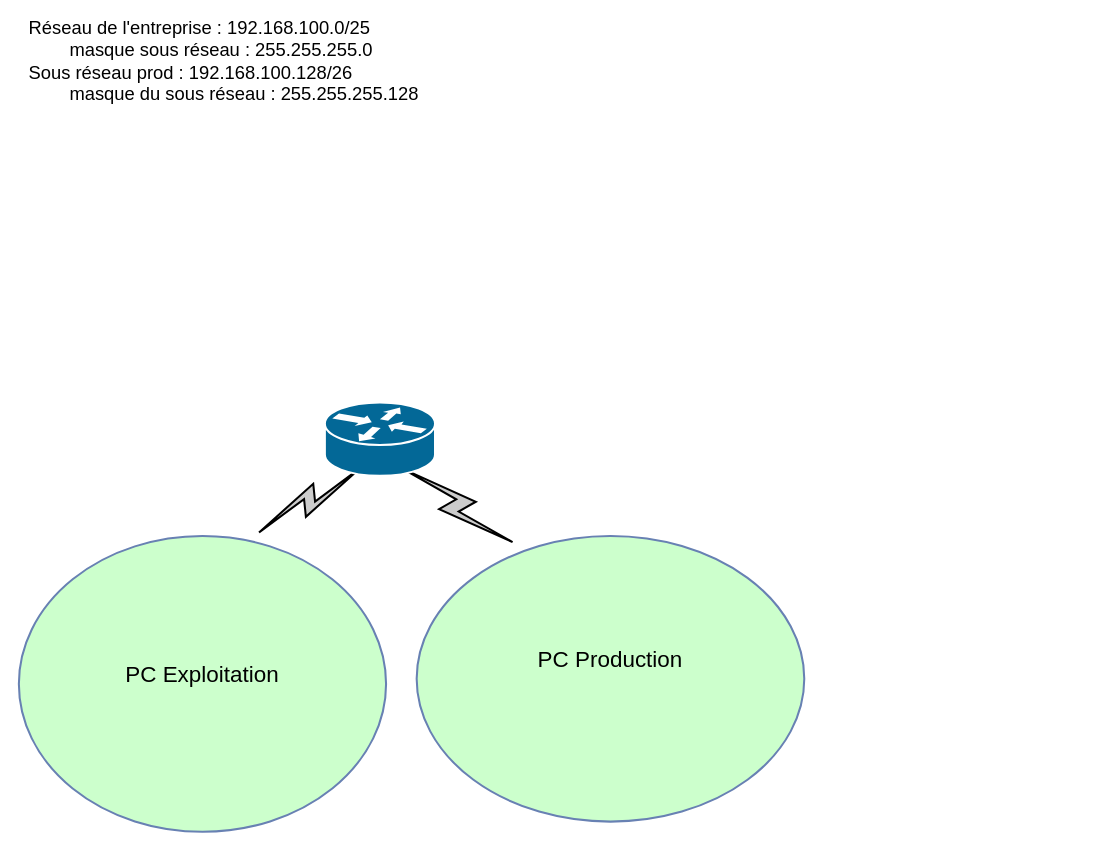
Emusimbwa/Etsha-Musimbwa keeps this draw.io diagram as schema_KiVanToo.drawio. Above is the earlier version. Source tidied: cells renumbered, new cells numbered last; positions are measured from the earlier drawing's top-left corner, leaving out a move shared by most shapes. Both pictures are drawn from the tidied source at 102%, with x=0, y=0 at pixel (18, 26).
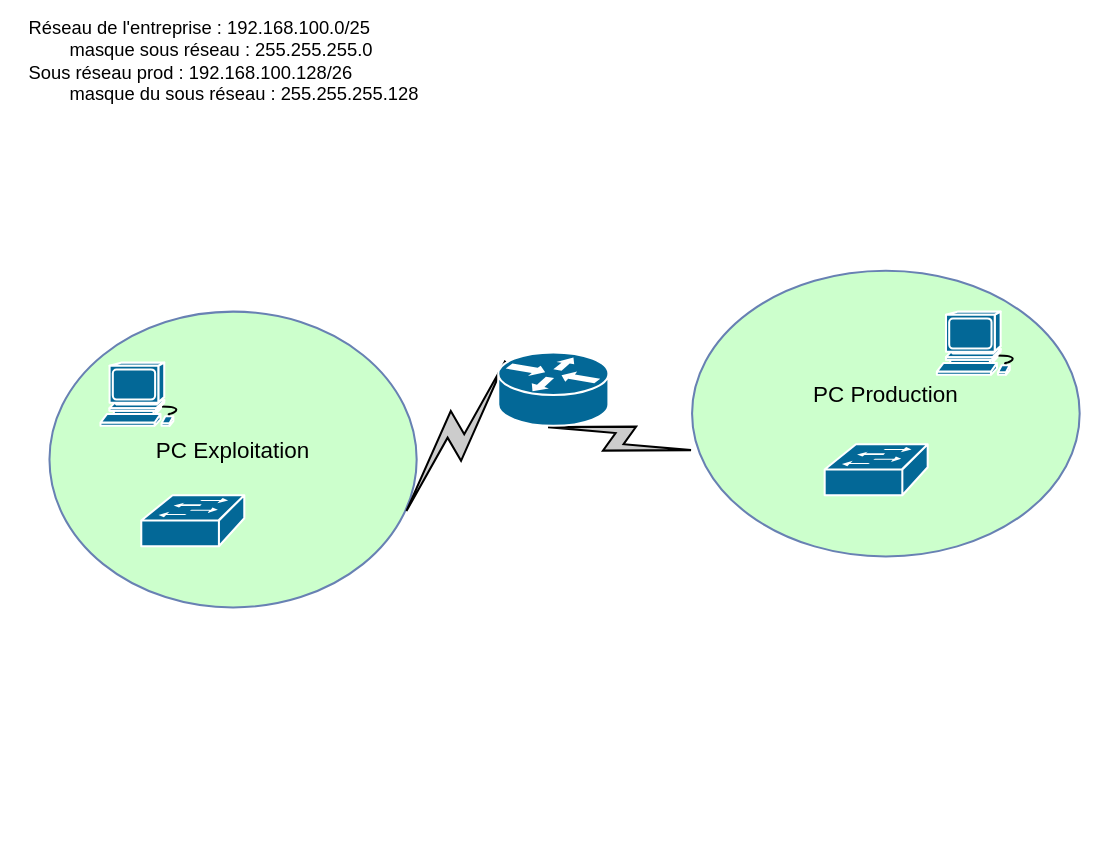
After the change.

Commit message:
Mettre à jour schema_KiVanToo.drawio

Change to the diagram source:
```diff
@@
 <mxGraphModel>
   <root>
     <mxCell id="0" />
     <mxCell id="1" parent="0" />
     <mxCell id="2" value="PC Production" style="ellipse;whiteSpace=wrap;html=1;rounded=1;shadow=0;comic=0;labelBackgroundColor=none;strokeColor=#6881B3;strokeWidth=2;fillColor=#CCFFCC;fontFamily=Helvetica;fontSize=22;fontColor=#000000;verticalAlign=middle;gradientColor=none;gradientDirection=north;spacingBottom=36;" parent="1" vertex="1">
-      <mxGeometry x="390" y="500" width="380" height="280" as="geometry" />
+      <mxGeometry x="660" y="240" width="380" height="280" as="geometry" />
     </mxCell>
     <mxCell id="3" value="PC Exploitation" style="ellipse;whiteSpace=wrap;html=1;rounded=1;shadow=0;comic=0;labelBackgroundColor=none;strokeColor=#6881B3;strokeWidth=2;fillColor=#CCFFCC;fontFamily=Helvetica;fontSize=22;fontColor=#000000;verticalAlign=middle;gradientColor=none;gradientDirection=north;spacingBottom=17;" parent="1" vertex="1">
-      <mxGeometry y="500" width="360" height="290" as="geometry" />
+      <mxGeometry x="30" y="280" width="360" height="290" as="geometry" />
     </mxCell>
-    <mxCell id="4" style="html=1;fillColor=#CCCCCC;strokeColor=#000000;gradientColor=none;gradientDirection=north;strokeWidth=2;shape=mxgraph.networks.comm_link_edge;html=1;labelBackgroundColor=none;endArrow=none;fontFamily=Verdana;fontSize=22;fontColor=#000000;" parent="1" edge="1">
+    <mxCell id="4" style="html=1;fillColor=#CCCCCC;strokeColor=#000000;gradientColor=none;gradientDirection=north;strokeWidth=2;shape=mxgraph.networks.comm_link_edge;html=1;labelBackgroundColor=none;endArrow=none;fontFamily=Verdana;fontSize=22;fontColor=#000000;" parent="1" edge="1" source="3" target="6">
       <mxGeometry relative="1" as="geometry">
-        <mxPoint x="230" y="500" as="sourcePoint" />
-        <mxPoint x="340" y="430" as="targetPoint" />
         <Array as="points">
           <mxPoint x="280" y="450" />
           <mxPoint x="242" y="112" />
         </Array>
       </mxGeometry>
     </mxCell>
-    <mxCell id="5" style="html=1;fillColor=#CCCCCC;strokeColor=#000000;gradientColor=none;gradientDirection=north;strokeWidth=2;shape=mxgraph.networks.comm_link_edge;html=1;labelBackgroundColor=none;endArrow=none;fontFamily=Verdana;fontSize=22;fontColor=#000000;" parent="1" edge="1">
+    <mxCell id="5" style="html=1;fillColor=#CCCCCC;strokeColor=#000000;gradientColor=none;gradientDirection=north;strokeWidth=2;shape=mxgraph.networks.comm_link_edge;html=1;labelBackgroundColor=none;endArrow=none;fontFamily=Verdana;fontSize=22;fontColor=#000000;" parent="1" edge="1" source="6" target="2">
       <mxGeometry relative="1" as="geometry">
-        <mxPoint x="370" y="430" as="sourcePoint" />
-        <mxPoint x="490" y="510" as="targetPoint" />
         <Array as="points">
           <mxPoint x="489" y="453.2" />
         </Array>
       </mxGeometry>
     </mxCell>
     <mxCell id="6" style="shape=mxgraph.cisco.routers.router;sketch=0;html=1;dashed=0;fillColor=#036897;strokeColor=#ffffff;strokeWidth=2;verticalLabelPosition=bottom;verticalAlign=top;align=center;outlineConnect=0;" parent="1" vertex="1">
-      <mxGeometry x="300" y="369" width="108" height="72" as="geometry" />
+      <mxGeometry x="470" y="320" width="108" height="72" as="geometry" />
     </mxCell>
-    <mxCell id="7" value="&lt;div align=&quot;left&quot;&gt;&lt;font style=&quot;font-size: 18px;&quot;&gt;Réseau de l'entreprise : 192.168.100.0/25&lt;/font&gt;&lt;/div&gt;&lt;div align=&quot;left&quot;&gt;&lt;font style=&quot;font-size: 18px;&quot;&gt;&lt;span style=&quot;white-space: pre;&quot;&gt;&#9;&lt;/span&gt;masque sous réseau : 255.255.255.0&lt;br&gt;&lt;/font&gt;&lt;/div&gt;&lt;div align=&quot;left&quot;&gt;&lt;font style=&quot;font-size: 18px;&quot;&gt;Sous réseau prod : 192.168.100.128/26&lt;/font&gt;&lt;/div&gt;&lt;div align=&quot;left&quot;&gt;&lt;font style=&quot;font-size: 18px;&quot;&gt;&lt;span style=&quot;white-space: pre;&quot;&gt;&#9;&lt;/span&gt;masque du sous réseau : 255.255.255.128&lt;br&gt;&lt;/font&gt;&lt;/div&gt;" style="text;strokeColor=none;align=left;fillColor=none;html=1;verticalAlign=middle;whiteSpace=wrap;rounded=0;" parent="1" vertex="1">
+    <mxCell id="7" value="&lt;div align=&quot;left&quot;&gt;&lt;font style=&quot;font-size: 18px;&quot;&gt;Réseau de l'entreprise : 192.168.100.0/25&lt;/font&gt;&lt;/div&gt;&lt;div align=&quot;left&quot;&gt;&lt;font style=&quot;font-size: 18px;&quot;&gt;&lt;span style=&quot;white-space: pre;&quot;&gt;&#9;&lt;/span&gt;masque sous réseau : 255.255.255.0&lt;br&gt;&lt;/font&gt;&lt;/div&gt;&lt;div align=&quot;left&quot;&gt;&lt;font style=&quot;font-size: 18px;&quot;&gt;Sous réseau prod : 192.168.100.128/26&lt;/font&gt;&lt;/div&gt;&lt;div align=&quot;left&quot;&gt;&lt;font style=&quot;font-size: 18px;&quot;&gt;&lt;span style=&quot;white-space: pre;&quot;&gt;&#9;&lt;/span&gt;masque du sous réseau : 255.255.255.128&lt;br&gt;&lt;/font&gt;&lt;/div&gt;" style="text;align=left;html=1;verticalAlign=middle;whiteSpace=wrap;rounded=0;fontColor=#000000;" parent="1" vertex="1">
       <mxGeometry x="8" width="660" height="70" as="geometry" />
     </mxCell>
+    <mxCell id="8" style="shape=mxgraph.cisco.switches.workgroup_switch;sketch=0;html=1;dashed=0;fillColor=#036897;strokeColor=#ffffff;strokeWidth=2;verticalLabelPosition=bottom;verticalAlign=top;align=center;" parent="1" vertex="1">
+      <mxGeometry x="120" y="460" width="101" height="50" as="geometry" />
+    </mxCell>
+    <mxCell id="9" style="shape=mxgraph.cisco.computers_and_peripherals.workstation;sketch=0;html=1;dashed=0;fillColor=#036897;strokeColor=#ffffff;strokeWidth=2;verticalLabelPosition=bottom;verticalAlign=top;align=center;" parent="1" vertex="1">
+      <mxGeometry x="80" y="330" width="83" height="62" as="geometry" />
+    </mxCell>
+    <mxCell id="10" style="shape=mxgraph.cisco.switches.workgroup_switch;sketch=0;html=1;dashed=0;fillColor=#036897;strokeColor=#ffffff;strokeWidth=2;verticalLabelPosition=bottom;verticalAlign=top;align=center;" parent="1" vertex="1">
+      <mxGeometry x="790" y="410" width="101" height="50" as="geometry" />
+    </mxCell>
+    <mxCell id="11" style="shape=mxgraph.cisco.computers_and_peripherals.workstation;sketch=0;html=1;dashed=0;fillColor=#036897;strokeColor=#ffffff;strokeWidth=2;verticalLabelPosition=bottom;verticalAlign=top;align=center;" parent="1" vertex="1">
+      <mxGeometry x="900" y="280" width="83" height="62" as="geometry" />
+    </mxCell>
   </root>
 </mxGraphModel>
```
